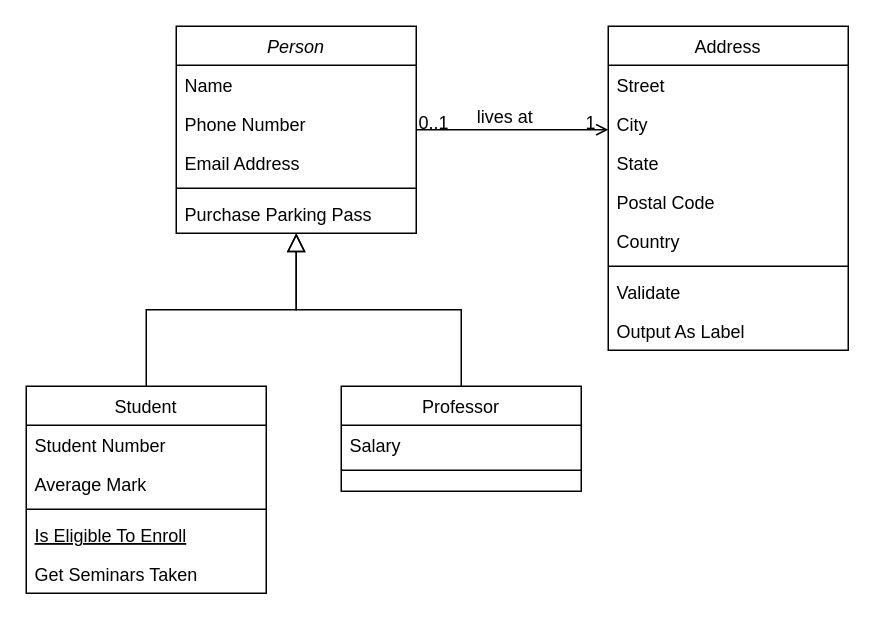
The draw.io diagram FinalJavaCore/Biểu đồ không có tiêu đề.drawio in HieuNguyen06nd/JAVA-CORE---30, before the edit. Source tidied: cells renumbered, new cells numbered last; positions are measured from the earlier drawing's top-left corner, leaving out a move shared by most shapes. Both pictures are drawn from the tidied source at 150%, with x=0, y=0 at pixel (26, 26).
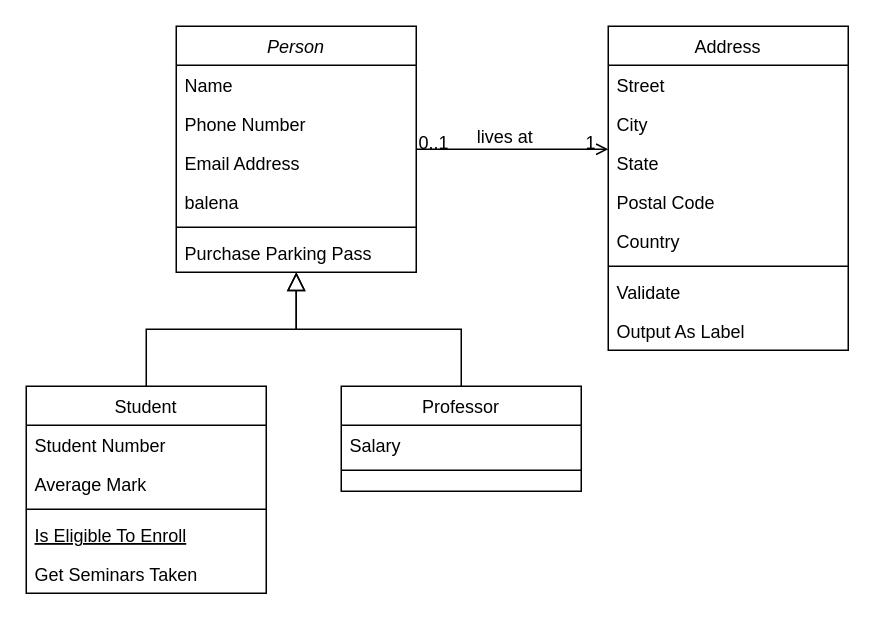
The same page after the edit.

Commit message:
Cập nhật Biểu đồ không có tiêu đề.drawio

Change to the diagram source:
```diff
@@
     <mxCell id="2" value="Person" style="swimlane;fontStyle=2;align=center;verticalAlign=top;horizontal=1;startSize=26;rounded=0;shadow=0;strokeWidth=1;" parent="1" vertex="1">
-      <mxGeometry x="100" width="160" height="138" as="geometry" />
+      <mxGeometry x="100" width="160" height="164" as="geometry" />
     </mxCell>
@@
+    <mxCell id="32" value="balena" style="text;align=left;verticalAlign=top;spacingLeft=4;spacingRight=4;overflow=hidden;rounded=0;shadow=0;html=0;" parent="2" vertex="1">
+      <mxGeometry y="104" width="160" height="26" as="geometry" />
+    </mxCell>
     <mxCell id="6" style="line;html=1;strokeWidth=1;align=left;verticalAlign=middle;spacingTop=-1;spacingLeft=3;spacingRight=3;labelPosition=right;" parent="2" vertex="1">
-      <mxGeometry y="104" width="160" height="8" as="geometry" />
+      <mxGeometry y="130" width="160" height="8" as="geometry" />
     </mxCell>
     <mxCell id="7" value="Purchase Parking Pass" style="text;align=left;verticalAlign=top;spacingLeft=4;spacingRight=4;overflow=hidden;" parent="2" vertex="1">
-      <mxGeometry y="112" width="160" height="26" as="geometry" />
+      <mxGeometry y="138" width="160" height="26" as="geometry" />
     </mxCell>
```
